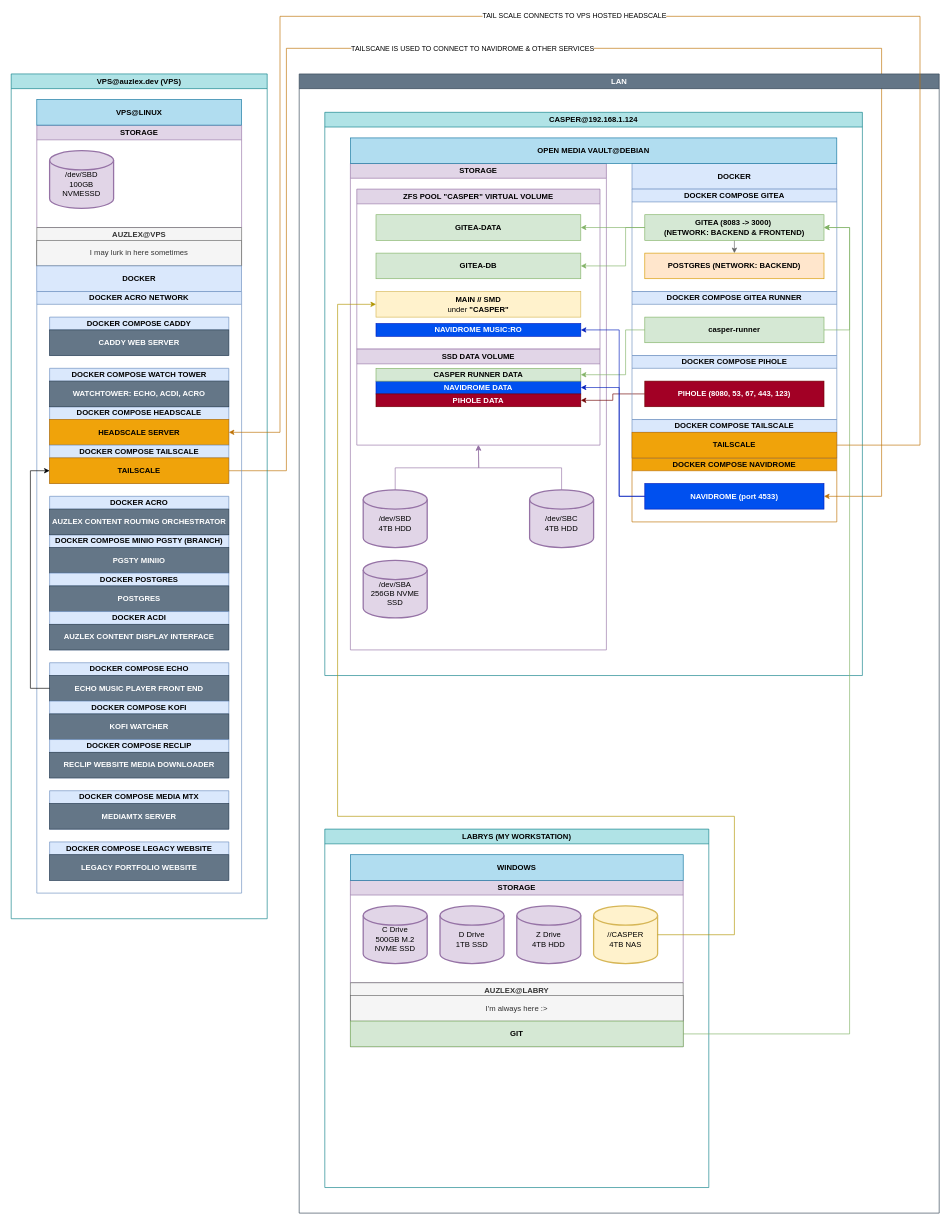
Above: my home lab setup.drawio in Auzlex/my-home-lab (draw.io), before the change. Source tidied: cells renumbered, new cells numbered last; positions are measured from the earlier drawing's top-left corner, leaving out a move shared by most shapes. Both pictures are drawn from the tidied source at 64%, with x=0, y=0 at pixel (11, 16).
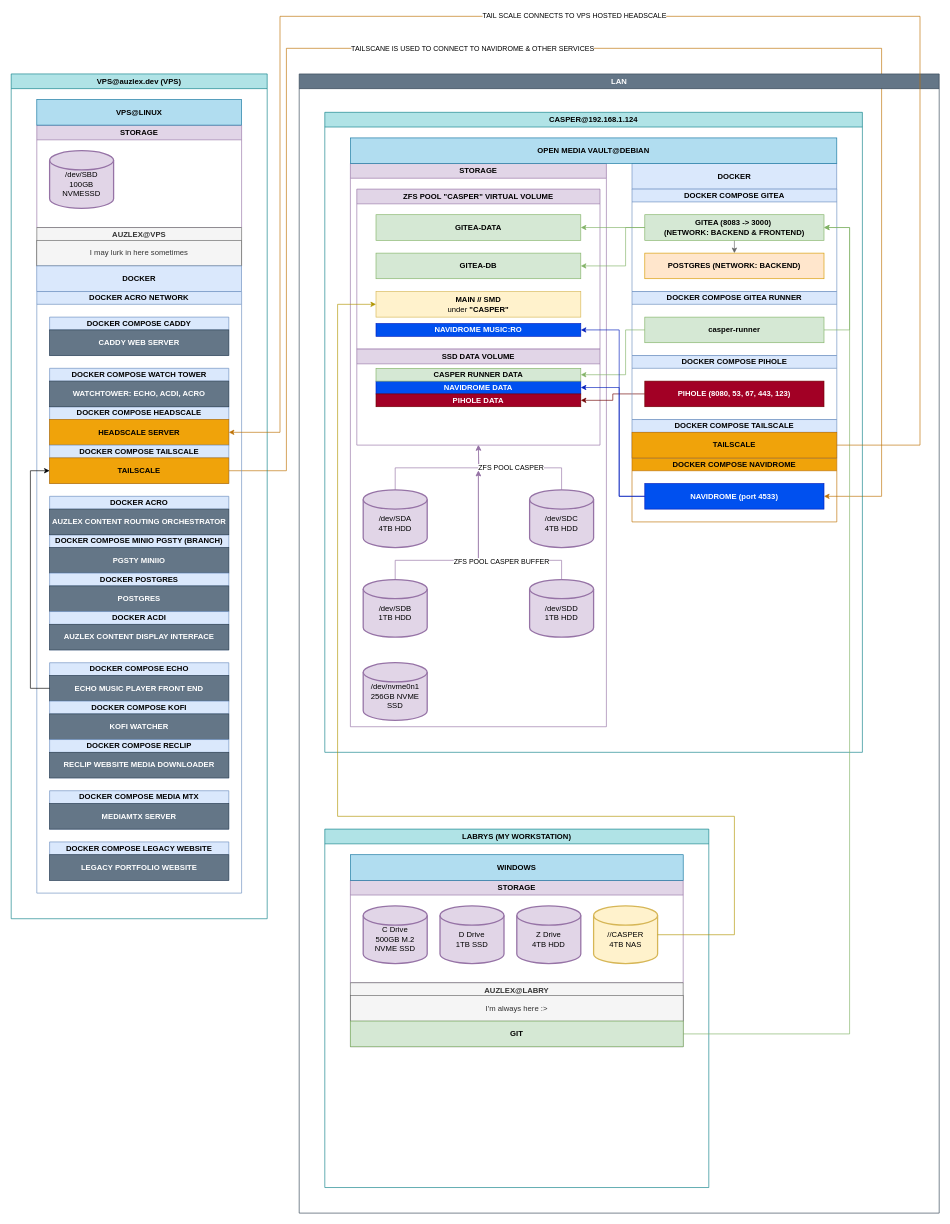
After the change.

Commit message (it also covers changes not shown here):
chore: added missing zfs pool to the diagram

Unchanged cells that the change refers to:
```xml
<mxCell id="4" value="LAN" style="swimlane;whiteSpace=wrap;html=1;fillColor=#647687;strokeColor=#314354;fontColor=#ffffff;" parent="1" vertex="1">
  <mxGeometry x="450" y="90" width="1000" height="1780" as="geometry" />
</mxCell>
<mxCell id="30" style="edgeStyle=orthogonalEdgeStyle;rounded=0;jettySize=auto;html=1;exitX=0.5;exitY=0;exitDx=0;exitDy=0;exitPerimeter=0;entryX=0.5;entryY=1;entryDx=0;entryDy=0;fillColor=#e1d5e7;strokeColor=#9673a6;" parent="17" edge="1" source="31">
  <mxGeometry relative="1" as="geometry">
    <mxPoint x="200" y="440" as="targetPoint" />
  </mxGeometry>
</mxCell>
```

What changed in the source:
```diff
@@
     <mxCell id="15" value="CASPER@192.168.1.124" style="swimlane;whiteSpace=wrap;html=1;fillColor=#b0e3e6;strokeColor=#0e8088;" parent="4" vertex="1">
-      <mxGeometry x="40" y="60" width="840" height="880" as="geometry" />
+      <mxGeometry x="40" y="60" width="840" height="1000" as="geometry" />
     </mxCell>
@@
     <mxCell id="17" value="STORAGE" style="swimlane;whiteSpace=wrap;html=1;fillColor=#e1d5e7;strokeColor=#9673a6;" parent="15" vertex="1">
-      <mxGeometry x="40" y="80" width="400" height="760" as="geometry" />
+      <mxGeometry x="40" y="80" width="400" height="880" as="geometry" />
     </mxCell>
@@
-    <mxCell id="27" value="&lt;div&gt;&lt;br&gt;&lt;/div&gt;/dev/SBD&lt;div&gt;4TB HDD&lt;/div&gt;" style="strokeWidth=2;html=1;shape=mxgraph.flowchart.database;whiteSpace=wrap;fillColor=#e1d5e7;strokeColor=#9673a6;" parent="17" vertex="1">
+    <mxCell id="27" value="&lt;div&gt;&lt;br&gt;&lt;/div&gt;/dev/SDA&lt;div&gt;4TB HDD&lt;/div&gt;" style="strokeWidth=2;html=1;shape=mxgraph.flowchart.database;whiteSpace=wrap;fillColor=#e1d5e7;strokeColor=#9673a6;" parent="17" vertex="1">
       <mxGeometry x="20" y="510" width="100" height="90" as="geometry" />
     </mxCell>
-    <mxCell id="28" value="&lt;div&gt;&lt;br&gt;&lt;/div&gt;/dev/SBA&lt;div&gt;256GB NVME&lt;/div&gt;&lt;div&gt;SSD&lt;/div&gt;" style="strokeWidth=2;html=1;shape=mxgraph.flowchart.database;whiteSpace=wrap;fillColor=#e1d5e7;strokeColor=#9673a6;" parent="17" vertex="1">
-      <mxGeometry x="20" y="620" width="100" height="90" as="geometry" />
+    <mxCell id="28" value="&lt;div&gt;&lt;br&gt;&lt;/div&gt;/dev/nvme0n1&lt;div&gt;256GB NVME&lt;/div&gt;&lt;div&gt;SSD&lt;/div&gt;" style="strokeWidth=2;html=1;shape=mxgraph.flowchart.database;whiteSpace=wrap;fillColor=#e1d5e7;strokeColor=#9673a6;" parent="17" vertex="1">
+      <mxGeometry x="20" y="780" width="100" height="90" as="geometry" />
     </mxCell>
@@
+    <mxCell id="91" value="ZFS POOL CASPER" style="edgeLabel;html=1;align=center;verticalAlign=middle;" parent="30" vertex="1">
+      <mxGeometry x="0.14" relative="1" as="geometry" />
+    </mxCell>
-    <mxCell id="31" value="&lt;div&gt;&lt;br&gt;&lt;/div&gt;/dev/SBC&lt;div&gt;4TB HDD&lt;/div&gt;" style="strokeWidth=2;html=1;shape=mxgraph.flowchart.database;whiteSpace=wrap;fillColor=#e1d5e7;strokeColor=#9673a6;" parent="17" vertex="1">
+    <mxCell id="31" value="&lt;div&gt;&lt;br&gt;&lt;/div&gt;/dev/SDC&lt;div&gt;4TB HDD&lt;/div&gt;" style="strokeWidth=2;html=1;shape=mxgraph.flowchart.database;whiteSpace=wrap;fillColor=#e1d5e7;strokeColor=#9673a6;" parent="17" vertex="1">
       <mxGeometry x="280" y="510" width="100" height="90" as="geometry" />
     </mxCell>
+    <mxCell id="92" value="&lt;div&gt;&lt;br&gt;&lt;/div&gt;/dev/SDB&lt;div&gt;1TB HDD&lt;/div&gt;" style="strokeWidth=2;html=1;shape=mxgraph.flowchart.database;whiteSpace=wrap;fillColor=#e1d5e7;strokeColor=#9673a6;" parent="17" vertex="1">
+      <mxGeometry x="20" y="650" width="100" height="90" as="geometry" />
+    </mxCell>
+    <mxCell id="93" style="edgeStyle=orthogonalEdgeStyle;rounded=0;jettySize=auto;html=1;exitX=0.5;exitY=0;exitDx=0;exitDy=0;exitPerimeter=0;fillColor=#e1d5e7;strokeColor=#9673a6;" parent="17" edge="1" source="92">
+      <mxGeometry relative="1" as="geometry">
+        <mxPoint x="200" y="480" as="targetPoint" />
+        <Array as="points">
+          <mxPoint x="70" y="620" />
+          <mxPoint x="200" y="620" />
+        </Array>
+      </mxGeometry>
+    </mxCell>
+    <mxCell id="94" style="edgeStyle=orthogonalEdgeStyle;rounded=0;jettySize=auto;html=1;exitX=0.5;exitY=0;exitDx=0;exitDy=0;exitPerimeter=0;fillColor=#e1d5e7;strokeColor=#9673a6;" parent="17" edge="1" source="96">
+      <mxGeometry relative="1" as="geometry">
+        <mxPoint x="200" y="480" as="targetPoint" />
+        <Array as="points">
+          <mxPoint x="330" y="620" />
+          <mxPoint x="200" y="620" />
+        </Array>
+      </mxGeometry>
+    </mxCell>
+    <mxCell id="95" value="ZFS POOL CASPER BUFFER" style="edgeLabel;html=1;align=center;verticalAlign=middle;" parent="94" vertex="1">
+      <mxGeometry x="-0.17" y="2" relative="1" as="geometry" />
+    </mxCell>
+    <mxCell id="96" value="&lt;div&gt;&lt;br&gt;&lt;/div&gt;/dev/SDD&lt;div&gt;1TB HDD&lt;/div&gt;" style="strokeWidth=2;html=1;shape=mxgraph.flowchart.database;whiteSpace=wrap;fillColor=#e1d5e7;strokeColor=#9673a6;" parent="17" vertex="1">
+      <mxGeometry x="280" y="650" width="100" height="90" as="geometry" />
+    </mxCell>
```
